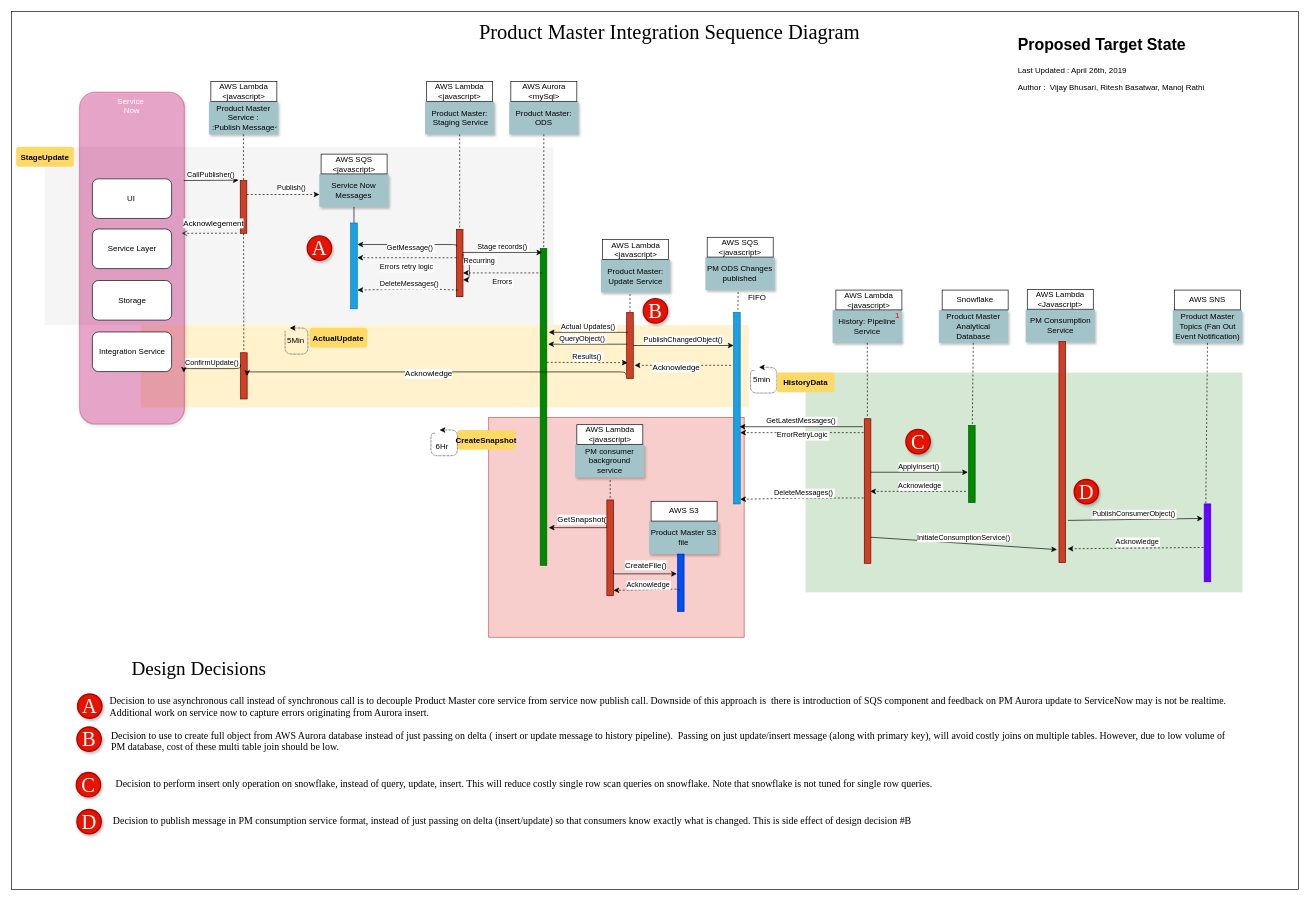
vijaybhusari/MyDiagrams keeps this draw.io diagram as page "TargetState" (1 of 3) of Untitled Diagram.drawio. Above is the earlier version. Source tidied: cells renumbered, new cells numbered last; positions are measured from the earlier drawing's top-left corner, leaving out a move shared by most shapes. Both pictures are drawn from the tidied source at 66%, with x=0, y=0 at pixel (11, 11).
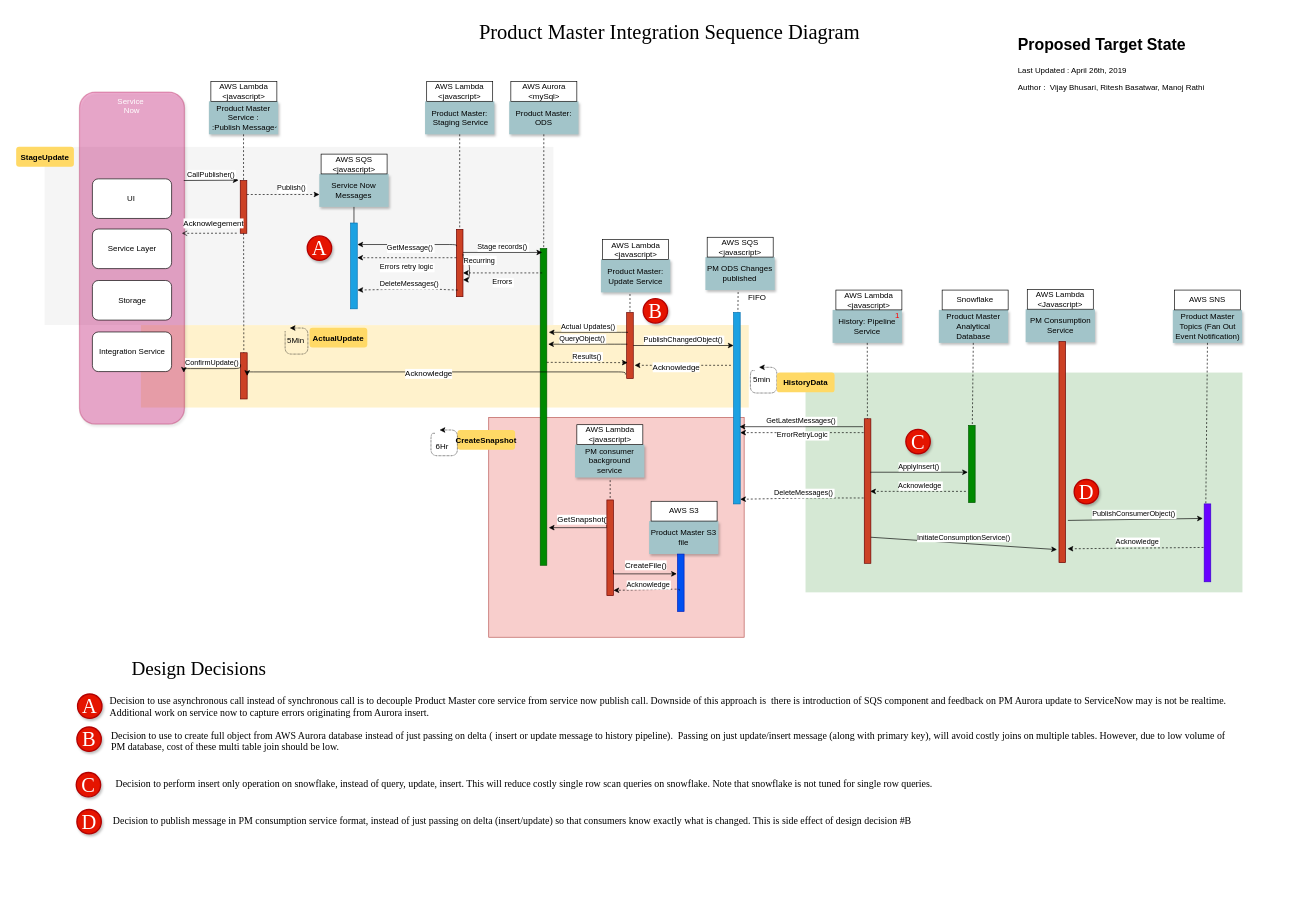
Above is the later version.

Diff of the diagram source:
```diff
@@
-    <mxCell id="2" style="rounded=0;whiteSpace=wrap;html=1;" parent="1" vertex="1">
-      <mxGeometry width="1950" height="1330" as="geometry" />
-    </mxCell>
```
